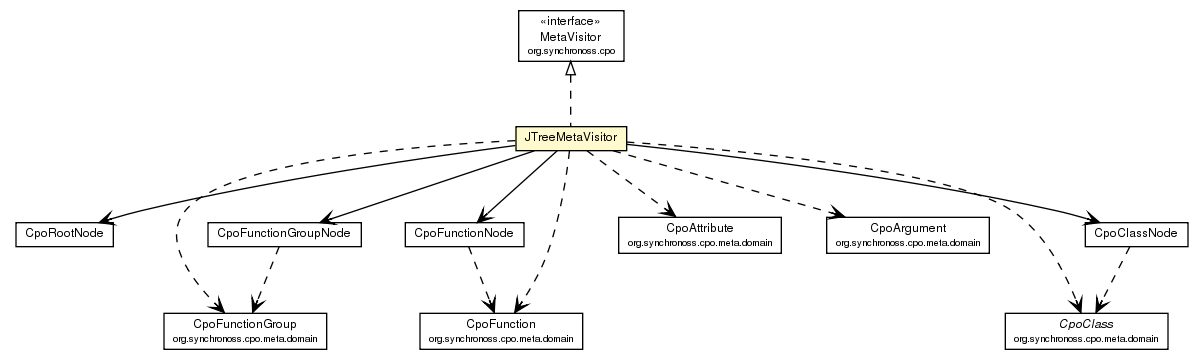
Before: site/apidocs/org/synchronoss/cpo/util/JTreeMetaVisitor.png, a diagram exported from Graphviz (synchronoss/cpo-util). Its source is kept beside it as site/apidocs/org/synchronoss/cpo/util/JTreeMetaVisitor.dot.
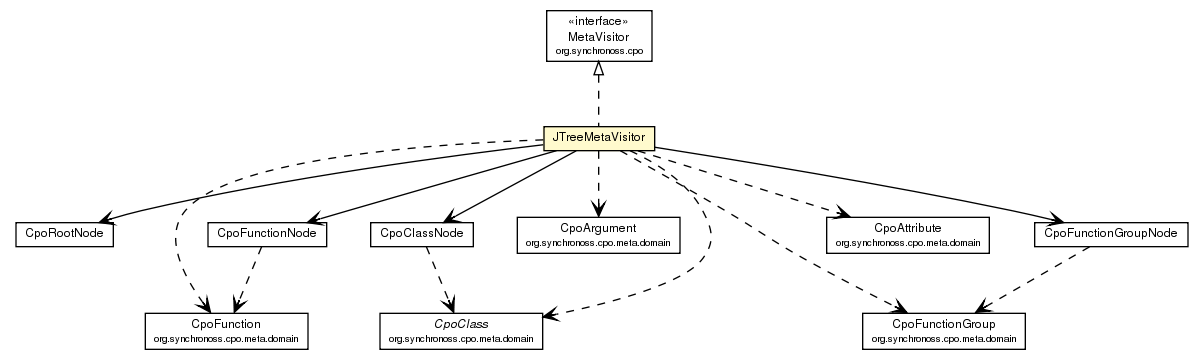
After the change.

Diff of the diagram source:
```diff
@@ -32,39 +32,39 @@
 	c1707:p -> c1723:p [taillabel="", label="", headlabel="", fontname="Helvetica", fontcolor="black", fontsize=10.0, color="black", arrowhead=open];
 	c1707:p -> c1728:p [taillabel="", label="", headlabel="", fontname="Helvetica", fontcolor="black", fontsize=10.0, color="black", arrowhead=open];
 	c1707:p -> c1721:p [taillabel="", label="", headlabel="", fontname="Helvetica", fontcolor="black", fontsize=10.0, color="black", arrowhead=open];
+	c1707:p -> c1765:p [taillabel="", label="", headlabel="", fontname="Helvetica", fontcolor="black", fontsize=10.0, color="black", arrowhead=open, style=dashed];
 	c1707:p -> c1766:p [taillabel="", label="", headlabel="", fontname="Helvetica", fontcolor="black", fontsize=10.0, color="black", arrowhead=open, style=dashed];
 	c1707:p -> c1767:p [taillabel="", label="", headlabel="", fontname="Helvetica", fontcolor="black", fontsize=10.0, color="black", arrowhead=open, style=dashed];
 	c1707:p -> c1768:p [taillabel="", label="", headlabel="", fontname="Helvetica", fontcolor="black", fontsize=10.0, color="black", arrowhead=open, style=dashed];
-	c1707:p -> c1769:p [taillabel="", label="", headlabel="", fontname="Helvetica", fontcolor="black", fontsize=10.0, color="black", arrowhead=open, style=dashed];
 	c1707:p -> c1770:p [taillabel="", label="", headlabel="", fontname="Helvetica", fontcolor="black", fontsize=10.0, color="black", arrowhead=open, style=dashed];
-	c1721:p -> c1770:p [taillabel="", label="", headlabel="", fontname="Helvetica", fontcolor="black", fontsize=10.0, color="black", arrowhead=open, style=dashed];
-	c1723:p -> c1769:p [taillabel="", label="", headlabel="", fontname="Helvetica", fontcolor="black", fontsize=10.0, color="black", arrowhead=open, style=dashed];
-	c1728:p -> c1766:p [taillabel="", label="", headlabel="", fontname="Helvetica", fontcolor="black", fontsize=10.0, color="black", arrowhead=open, style=dashed];
-	c1769 [label=<<table border="0" cellborder="1" cellspacing="0" cellpadding="2" port="p" href="http://java.sun.com/j2se/1.4.2/docs/api/org/synchronoss/cpo/meta/domain/CpoClass.html">
+	c1721:p -> c1767:p [taillabel="", label="", headlabel="", fontname="Helvetica", fontcolor="black", fontsize=10.0, color="black", arrowhead=open, style=dashed];
+	c1723:p -> c1766:p [taillabel="", label="", headlabel="", fontname="Helvetica", fontcolor="black", fontsize=10.0, color="black", arrowhead=open, style=dashed];
+	c1728:p -> c1770:p [taillabel="", label="", headlabel="", fontname="Helvetica", fontcolor="black", fontsize=10.0, color="black", arrowhead=open, style=dashed];
+	c1766 [label=<<table border="0" cellborder="1" cellspacing="0" cellpadding="2" port="p" href="http://java.sun.com/j2se/1.4.2/docs/api/org/synchronoss/cpo/meta/domain/CpoClass.html">
 		<tr><td><table border="0" cellspacing="0" cellpadding="1">
 			<tr><td><font face="Helvetica-Oblique"> CpoClass </font></td></tr>
 			<tr><td><font point-size="7.0"> org.synchronoss.cpo.meta.domain </font></td></tr>
 		</table></td></tr>
 		</table>>, fontname="Helvetica", fontcolor="black", fontsize=9.0];
-	c1768 [label=<<table border="0" cellborder="1" cellspacing="0" cellpadding="2" port="p" href="http://java.sun.com/j2se/1.4.2/docs/api/org/synchronoss/cpo/meta/domain/CpoArgument.html">
+	c1765 [label=<<table border="0" cellborder="1" cellspacing="0" cellpadding="2" port="p" href="http://java.sun.com/j2se/1.4.2/docs/api/org/synchronoss/cpo/meta/domain/CpoArgument.html">
 		<tr><td><table border="0" cellspacing="0" cellpadding="1">
 			<tr><td> CpoArgument </td></tr>
 			<tr><td><font point-size="7.0"> org.synchronoss.cpo.meta.domain </font></td></tr>
 		</table></td></tr>
 		</table>>, fontname="Helvetica", fontcolor="black", fontsize=9.0];
-	c1767 [label=<<table border="0" cellborder="1" cellspacing="0" cellpadding="2" port="p" href="http://java.sun.com/j2se/1.4.2/docs/api/org/synchronoss/cpo/meta/domain/CpoAttribute.html">
+	c1768 [label=<<table border="0" cellborder="1" cellspacing="0" cellpadding="2" port="p" href="http://java.sun.com/j2se/1.4.2/docs/api/org/synchronoss/cpo/meta/domain/CpoAttribute.html">
 		<tr><td><table border="0" cellspacing="0" cellpadding="1">
 			<tr><td> CpoAttribute </td></tr>
 			<tr><td><font point-size="7.0"> org.synchronoss.cpo.meta.domain </font></td></tr>
 		</table></td></tr>
 		</table>>, fontname="Helvetica", fontcolor="black", fontsize=9.0];
-	c1770 [label=<<table border="0" cellborder="1" cellspacing="0" cellpadding="2" port="p" href="http://java.sun.com/j2se/1.4.2/docs/api/org/synchronoss/cpo/meta/domain/CpoFunction.html">
+	c1767 [label=<<table border="0" cellborder="1" cellspacing="0" cellpadding="2" port="p" href="http://java.sun.com/j2se/1.4.2/docs/api/org/synchronoss/cpo/meta/domain/CpoFunction.html">
 		<tr><td><table border="0" cellspacing="0" cellpadding="1">
 			<tr><td> CpoFunction </td></tr>
 			<tr><td><font point-size="7.0"> org.synchronoss.cpo.meta.domain </font></td></tr>
 		</table></td></tr>
 		</table>>, fontname="Helvetica", fontcolor="black", fontsize=9.0];
-	c1766 [label=<<table border="0" cellborder="1" cellspacing="0" cellpadding="2" port="p" href="http://java.sun.com/j2se/1.4.2/docs/api/org/synchronoss/cpo/meta/domain/CpoFunctionGroup.html">
+	c1770 [label=<<table border="0" cellborder="1" cellspacing="0" cellpadding="2" port="p" href="http://java.sun.com/j2se/1.4.2/docs/api/org/synchronoss/cpo/meta/domain/CpoFunctionGroup.html">
 		<tr><td><table border="0" cellspacing="0" cellpadding="1">
 			<tr><td> CpoFunctionGroup </td></tr>
 			<tr><td><font point-size="7.0"> org.synchronoss.cpo.meta.domain </font></td></tr>
```
